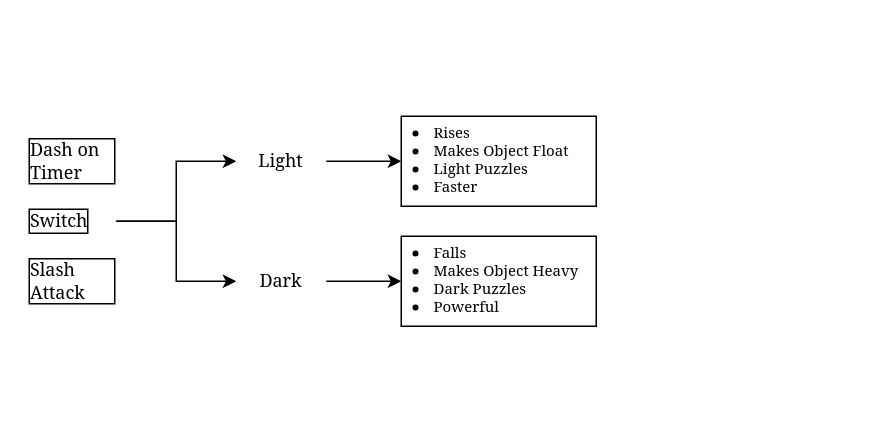
The draw.io diagram Untitled Diagram.drawio in coded-21/orgDiags, before the edit. Source tidied: cells renumbered, new cells numbered last; positions are measured from the earlier drawing's top-left corner, leaving out a move shared by most shapes. Both pictures are drawn from the tidied source at 150%, with x=0, y=0 at pixel (26, 116).
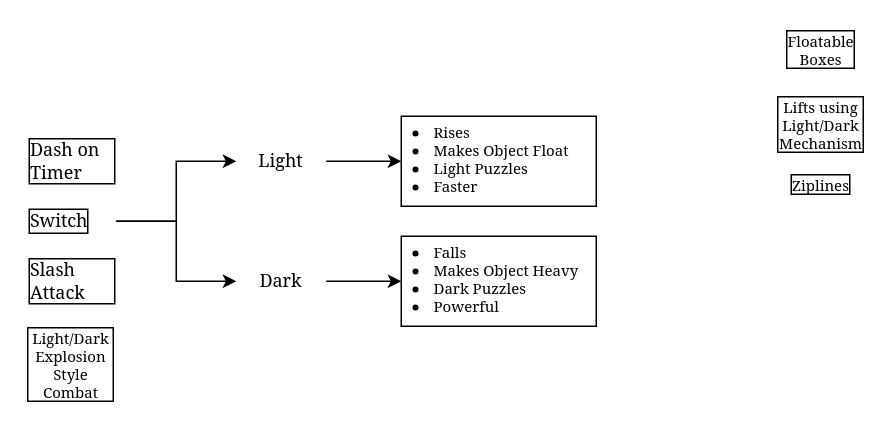
Above is the later version.

Change to the diagram source:
```diff
@@
 <mxGraphModel>
   <root>
     <mxCell id="0" />
     <mxCell id="1" parent="0" />
     <mxCell id="2" value="Dash on Timer" style="text;html=1;strokeColor=none;fillColor=none;align=left;verticalAlign=middle;whiteSpace=wrap;rounded=0;fontFamily=Georgia;labelBorderColor=default;" parent="1" vertex="1">
       <mxGeometry y="10" width="60" height="40" as="geometry" />
     </mxCell>
     <mxCell id="3" style="edgeStyle=orthogonalEdgeStyle;rounded=0;jettySize=auto;html=1;fontFamily=Georgia;entryX=0;entryY=0.5;entryDx=0;entryDy=0;" parent="1" edge="1" source="5" target="8">
       <mxGeometry relative="1" as="geometry" />
     </mxCell>
     <mxCell id="4" style="edgeStyle=orthogonalEdgeStyle;rounded=0;jettySize=auto;html=1;entryX=0;entryY=0.5;entryDx=0;entryDy=0;fontFamily=Georgia;" parent="1" edge="1" source="5" target="10">
       <mxGeometry relative="1" as="geometry" />
     </mxCell>
     <mxCell id="5" value="Switch" style="text;html=1;strokeColor=none;fillColor=none;align=left;verticalAlign=middle;whiteSpace=wrap;rounded=0;fontFamily=Georgia;labelBorderColor=default;" parent="1" vertex="1">
       <mxGeometry y="50" width="60" height="40" as="geometry" />
     </mxCell>
     <mxCell id="6" value="Slash Attack" style="text;html=1;strokeColor=none;fillColor=none;align=left;verticalAlign=middle;whiteSpace=wrap;rounded=0;fontFamily=Georgia;labelBorderColor=default;" parent="1" vertex="1">
       <mxGeometry y="90" width="60" height="40" as="geometry" />
     </mxCell>
     <mxCell id="7" style="edgeStyle=orthogonalEdgeStyle;rounded=0;jettySize=auto;html=1;fontFamily=Georgia;" parent="1" edge="1" source="8" target="11">
       <mxGeometry relative="1" as="geometry" />
     </mxCell>
     <mxCell id="8" value="Light" style="text;html=1;strokeColor=none;fillColor=none;align=center;verticalAlign=middle;whiteSpace=wrap;rounded=0;fontFamily=Georgia;labelBorderColor=none;" parent="1" vertex="1">
       <mxGeometry x="140" y="10" width="60" height="40" as="geometry" />
     </mxCell>
     <mxCell id="9" style="edgeStyle=orthogonalEdgeStyle;rounded=0;jettySize=auto;html=1;fontFamily=Georgia;" parent="1" edge="1" source="10">
       <mxGeometry relative="1" as="geometry">
         <mxPoint x="250" y="110" as="targetPoint" />
       </mxGeometry>
     </mxCell>
     <mxCell id="10" value="Dark" style="text;html=1;strokeColor=none;fillColor=none;align=center;verticalAlign=middle;whiteSpace=wrap;rounded=0;fontFamily=Georgia;labelBorderColor=none;" parent="1" vertex="1">
       <mxGeometry x="140" y="90" width="60" height="40" as="geometry" />
     </mxCell>
     <mxCell id="11" value="&lt;ul style=&quot;font-size: 10px&quot;&gt;&lt;li style=&quot;font-size: 10px&quot;&gt;&lt;span style=&quot;font-size: 10px&quot;&gt;Rises&lt;/span&gt;&lt;/li&gt;&lt;li style=&quot;font-size: 10px&quot;&gt;&lt;span style=&quot;font-size: 10px&quot;&gt;Makes Object Float&lt;/span&gt;&lt;br style=&quot;font-size: 10px&quot;&gt;&lt;/li&gt;&lt;li style=&quot;font-size: 10px&quot;&gt;Light Puzzles&lt;/li&gt;&lt;li style=&quot;font-size: 10px&quot;&gt;Faster&lt;/li&gt;&lt;/ul&gt;" style="whiteSpace=wrap;html=1;labelBorderColor=none;fontFamily=Georgia;align=left;fontSize=10;labelPosition=center;verticalLabelPosition=middle;verticalAlign=middle;textDirection=ltr;spacingLeft=-20;spacingTop=-5;" parent="1" vertex="1">
       <mxGeometry x="250" width="130" height="60" as="geometry" />
     </mxCell>
     <mxCell id="12" value="&lt;ul style=&quot;font-size: 10px&quot;&gt;&lt;li style=&quot;font-size: 10px&quot;&gt;&lt;span&gt;Falls&lt;/span&gt;&lt;/li&gt;&lt;li style=&quot;font-size: 10px&quot;&gt;&lt;span&gt;Makes Object Heavy&lt;/span&gt;&lt;br&gt;&lt;/li&gt;&lt;li style=&quot;font-size: 10px&quot;&gt;Dark Puzzles&lt;/li&gt;&lt;li style=&quot;font-size: 10px&quot;&gt;Powerful&lt;/li&gt;&lt;/ul&gt;" style="whiteSpace=wrap;html=1;labelBorderColor=none;fontFamily=Georgia;align=left;fontSize=10;labelPosition=center;verticalLabelPosition=middle;verticalAlign=middle;textDirection=ltr;spacingLeft=-20;spacingTop=-5;" parent="1" vertex="1">
       <mxGeometry x="250" y="80" width="130" height="60" as="geometry" />
     </mxCell>
+    <mxCell id="13" value="Floatable&lt;br&gt;Boxes" style="text;html=1;strokeColor=none;fillColor=none;align=center;verticalAlign=middle;whiteSpace=wrap;rounded=0;labelBorderColor=default;fontFamily=Georgia;fontSize=10;" parent="1" vertex="1">
+      <mxGeometry x="500" y="-60" width="60" height="30" as="geometry" />
+    </mxCell>
+    <mxCell id="14" value="Lifts using Light/Dark Mechanism" style="text;html=1;strokeColor=none;fillColor=none;align=center;verticalAlign=middle;whiteSpace=wrap;rounded=0;labelBorderColor=default;fontFamily=Georgia;fontSize=10;" parent="1" vertex="1">
+      <mxGeometry x="500" y="-10" width="60" height="30" as="geometry" />
+    </mxCell>
+    <mxCell id="15" value="Light/Dark Explosion Style Combat" style="text;html=1;strokeColor=none;fillColor=none;align=center;verticalAlign=middle;whiteSpace=wrap;rounded=0;labelBorderColor=default;fontFamily=Georgia;fontSize=10;" parent="1" vertex="1">
+      <mxGeometry y="150" width="60" height="30" as="geometry" />
+    </mxCell>
+    <mxCell id="16" value="Ziplines" style="text;html=1;strokeColor=none;fillColor=none;align=center;verticalAlign=middle;whiteSpace=wrap;rounded=0;labelBorderColor=default;fontFamily=Georgia;fontSize=10;" parent="1" vertex="1">
+      <mxGeometry x="500" y="30" width="60" height="30" as="geometry" />
+    </mxCell>
   </root>
 </mxGraphModel>
```
